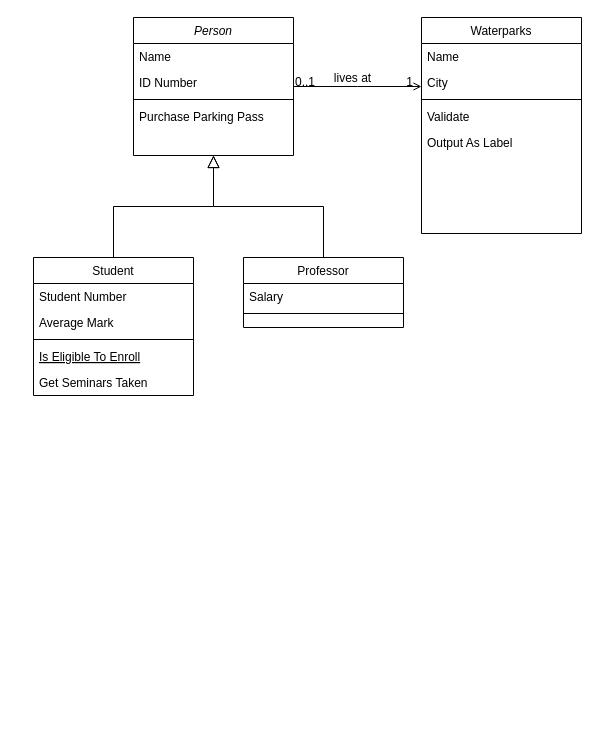
The draw.io diagram Unbenanntes Diagramm.drawio in Barry319/UML, before the edit. Source tidied: cells renumbered, new cells numbered last; positions are measured from the earlier drawing's top-left corner, leaving out a move shared by most shapes. Both pictures are drawn from the tidied source at 100%, with x=0, y=0 at pixel (33, 17).
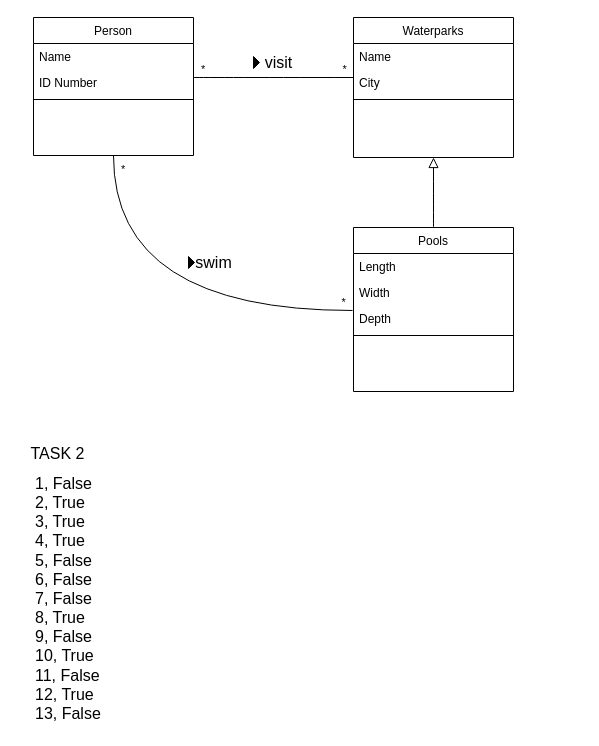
The same page after the edit.

The edit, as a diff of the source:
```diff
@@
-    <mxCell id="2" value="Person" style="swimlane;fontStyle=2;align=center;verticalAlign=top;horizontal=1;startSize=26;rounded=0;shadow=0;strokeWidth=1;" parent="1" vertex="1">
-      <mxGeometry x="100" width="160" height="138" as="geometry" />
+    <mxCell id="2" value="Person" style="swimlane;fontStyle=0;align=center;verticalAlign=top;horizontal=1;startSize=26;rounded=0;shadow=0;strokeWidth=1;" parent="1" vertex="1">
+      <mxGeometry width="160" height="138" as="geometry" />
     </mxCell>
@@
-    <mxCell id="6" value="Purchase Parking Pass" style="text;align=left;verticalAlign=top;spacingLeft=4;spacingRight=4;overflow=hidden;" parent="2" vertex="1">
-      <mxGeometry y="86" width="160" height="26" as="geometry" />
-    </mxCell>
-    <mxCell id="7" value="Student" style="swimlane;fontStyle=0;align=center;verticalAlign=top;horizontal=1;startSize=26;rounded=0;shadow=0;strokeWidth=1;" parent="1" vertex="1">
-      <mxGeometry y="240" width="160" height="138" as="geometry" />
+    <mxCell id="7" value="Pools" style="swimlane;fontStyle=0;align=center;verticalAlign=top;horizontal=1;startSize=26;rounded=0;shadow=0;strokeWidth=1;" parent="1" vertex="1">
+      <mxGeometry x="320" y="210" width="160" height="164" as="geometry" />
     </mxCell>
-    <mxCell id="8" value="Student Number" style="text;align=left;verticalAlign=top;spacingLeft=4;spacingRight=4;overflow=hidden;" parent="7" vertex="1">
+    <mxCell id="8" value="Length" style="text;align=left;verticalAlign=top;spacingLeft=4;spacingRight=4;overflow=hidden;" parent="7" vertex="1">
       <mxGeometry y="26" width="160" height="26" as="geometry" />
     </mxCell>
-    <mxCell id="9" value="Average Mark" style="text;align=left;verticalAlign=top;spacingLeft=4;spacingRight=4;overflow=hidden;rounded=0;shadow=0;html=0;" parent="7" vertex="1">
+    <mxCell id="9" value="Width" style="text;align=left;verticalAlign=top;spacingLeft=4;spacingRight=4;overflow=hidden;rounded=0;shadow=0;html=0;" parent="7" vertex="1">
       <mxGeometry y="52" width="160" height="26" as="geometry" />
     </mxCell>
+    <mxCell id="28" value="Depth" style="text;align=left;verticalAlign=top;spacingLeft=4;spacingRight=4;overflow=hidden;points=[[0,0.5],[1,0.5]];portConstraint=eastwest;rounded=0;shadow=0;html=0;" parent="7" vertex="1">
+      <mxGeometry y="78" width="160" height="26" as="geometry" />
+    </mxCell>
     <mxCell id="10" style="line;html=1;strokeWidth=1;align=left;verticalAlign=middle;spacingTop=-1;spacingLeft=3;spacingRight=3;labelPosition=right;" parent="7" vertex="1">
-      <mxGeometry y="78" width="160" height="8" as="geometry" />
+      <mxGeometry y="104" width="160" height="8" as="geometry" />
     </mxCell>
-    <mxCell id="11" value="Is Eligible To Enroll" style="text;align=left;verticalAlign=top;spacingLeft=4;spacingRight=4;overflow=hidden;fontStyle=4;" parent="7" vertex="1">
-      <mxGeometry y="86" width="160" height="26" as="geometry" />
-    </mxCell>
-    <mxCell id="12" value="Get Seminars Taken" style="text;align=left;verticalAlign=top;spacingLeft=4;spacingRight=4;overflow=hidden;" parent="7" vertex="1">
-      <mxGeometry y="112" width="160" height="26" as="geometry" />
-    </mxCell>
-    <mxCell id="13" style="endArrow=block;endSize=10;endFill=0;shadow=0;strokeWidth=1;rounded=0;curved=0;edgeStyle=elbowEdgeStyle;elbow=vertical;" parent="1" edge="1" source="7" target="2">
-      <mxGeometry relative="1" as="geometry" />
-    </mxCell>
-    <mxCell id="14" value="Professor" style="swimlane;fontStyle=0;align=center;verticalAlign=top;horizontal=1;startSize=26;rounded=0;shadow=0;strokeWidth=1;" parent="1" vertex="1">
-      <mxGeometry x="210" y="240" width="160" height="70" as="geometry" />
-    </mxCell>
-    <mxCell id="15" value="Salary" style="text;align=left;verticalAlign=top;spacingLeft=4;spacingRight=4;overflow=hidden;" parent="14" vertex="1">
-      <mxGeometry y="26" width="160" height="26" as="geometry" />
-    </mxCell>
-    <mxCell id="16" style="line;html=1;strokeWidth=1;align=left;verticalAlign=middle;spacingTop=-1;spacingLeft=3;spacingRight=3;labelPosition=right;" parent="14" vertex="1">
-      <mxGeometry y="52" width="160" height="8" as="geometry" />
-    </mxCell>
-    <mxCell id="17" style="endArrow=block;endSize=10;endFill=0;shadow=0;strokeWidth=1;rounded=0;curved=0;edgeStyle=elbowEdgeStyle;elbow=vertical;" parent="1" edge="1" source="14" target="2">
-      <mxGeometry relative="1" as="geometry" />
-    </mxCell>
     <mxCell id="18" value="Waterparks" style="swimlane;fontStyle=0;align=center;verticalAlign=top;horizontal=1;startSize=26;rounded=0;shadow=0;strokeWidth=1;" parent="1" vertex="1">
-      <mxGeometry x="388" width="160" height="216" as="geometry" />
+      <mxGeometry x="320" width="160" height="140" as="geometry" />
     </mxCell>
@@
-    <mxCell id="22" value="Validate" style="text;align=left;verticalAlign=top;spacingLeft=4;spacingRight=4;overflow=hidden;" parent="18" vertex="1">
-      <mxGeometry y="86" width="160" height="26" as="geometry" />
-    </mxCell>
-    <mxCell id="23" value="Output As Label" style="text;align=left;verticalAlign=top;spacingLeft=4;spacingRight=4;overflow=hidden;" parent="18" vertex="1">
-      <mxGeometry y="112" width="160" height="26" as="geometry" />
-    </mxCell>
-    <mxCell id="24" style="endArrow=open;shadow=0;strokeWidth=1;rounded=0;curved=0;endFill=1;edgeStyle=elbowEdgeStyle;elbow=vertical;" parent="1" edge="1" source="2" target="18">
-      <mxGeometry x="0.5" y="41" relative="1" as="geometry">
-        <mxPoint x="-40" y="32" as="offset" />
-      </mxGeometry>
-    </mxCell>
-    <mxCell id="25" value="0..1" style="align=left;verticalAlign=bottom;labelBackgroundColor=none;fontSize=12;" parent="24" vertex="1">
-      <mxGeometry x="-1" relative="1" as="geometry">
-        <mxPoint y="4" as="offset" />
-      </mxGeometry>
-    </mxCell>
-    <mxCell id="26" value="1" style="align=right;verticalAlign=bottom;labelBackgroundColor=none;fontSize=12;" parent="24" vertex="1">
-      <mxGeometry x="1" relative="1" as="geometry">
-        <mxPoint x="-7" y="4" as="offset" />
-      </mxGeometry>
-    </mxCell>
-    <mxCell id="27" value="lives at" style="text;html=1;align=center;verticalAlign=middle;labelBackgroundColor=none;rounded=0;shadow=0;strokeWidth=1;fontSize=12;" parent="24" vertex="1">
-      <mxGeometry x="0.5" y="49" relative="1" as="geometry">
-        <mxPoint x="-38" y="40" as="offset" />
-      </mxGeometry>
-    </mxCell>
+    <mxCell id="29" style="endArrow=none;html=1;edgeStyle=orthogonalEdgeStyle;rounded=0;fontSize=12;startSize=8;endSize=8;curved=1;" parent="1" edge="1">
+      <mxGeometry relative="1" as="geometry">
+        <mxPoint x="160" y="60" as="sourcePoint" />
+        <mxPoint x="320" y="60" as="targetPoint" />
+      </mxGeometry>
+    </mxCell>
+    <mxCell id="30" value="&amp;nbsp; *" style="edgeLabel;html=1;align=left;verticalAlign=bottom;" parent="29" vertex="1">
+      <mxGeometry x="-1" relative="1" as="geometry" />
+    </mxCell>
+    <mxCell id="31" value="*&amp;nbsp;&amp;nbsp;" style="edgeLabel;html=1;align=right;verticalAlign=bottom;" parent="29" vertex="1">
+      <mxGeometry x="1" relative="1" as="geometry" />
+    </mxCell>
+    <mxCell id="32" style="triangle;fillColor=strokeColor;" parent="1" vertex="1">
+      <mxGeometry x="220" y="39" width="6" height="12" as="geometry" />
+    </mxCell>
+    <mxCell id="33" value="visit" style="text;html=1;align=center;verticalAlign=middle;strokeColor=none;fillColor=none;fontSize=16;" parent="1" vertex="1">
+      <mxGeometry x="220" y="30" width="50" height="30" as="geometry" />
+    </mxCell>
+    <mxCell id="34" style="endArrow=block;html=1;rounded=0;align=center;verticalAlign=bottom;endFill=0;labelBackgroundColor=none;endSize=8;fontSize=12;curved=1;entryX=0.5;entryY=1;entryDx=0;entryDy=0;exitX=0.5;exitY=0;exitDx=0;exitDy=0;" parent="1" edge="1" source="7" target="18">
+      <mxGeometry relative="1" as="geometry" />
+    </mxCell>
+    <mxCell id="35" style="endArrow=none;html=1;edgeStyle=orthogonalEdgeStyle;rounded=0;fontSize=12;startSize=8;endSize=8;curved=1;entryX=-0.006;entryY=0.192;entryDx=0;entryDy=0;entryPerimeter=0;exitX=0.5;exitY=1;exitDx=0;exitDy=0;" parent="1" edge="1" source="2" target="28">
+      <mxGeometry relative="1" as="geometry" />
+    </mxCell>
+    <mxCell id="36" value="&amp;nbsp; *" style="edgeLabel;html=1;align=left;verticalAlign=bottom;" parent="35" vertex="1">
+      <mxGeometry x="-1" relative="1" as="geometry">
+        <mxPoint y="22" as="offset" />
+      </mxGeometry>
+    </mxCell>
+    <mxCell id="37" value="*&amp;nbsp;&amp;nbsp;" style="edgeLabel;html=1;align=right;verticalAlign=bottom;" parent="35" vertex="1">
+      <mxGeometry x="1" relative="1" as="geometry" />
+    </mxCell>
+    <mxCell id="38" style="triangle;fillColor=strokeColor;" parent="1" vertex="1">
+      <mxGeometry x="155" y="239" width="6" height="12" as="geometry" />
+    </mxCell>
+    <mxCell id="39" value="swim" style="text;html=1;align=center;verticalAlign=middle;strokeColor=none;fillColor=none;fontSize=16;" parent="1" vertex="1">
+      <mxGeometry x="150" y="230" width="60" height="30" as="geometry" />
+    </mxCell>
+    <mxCell id="40" value="TASK 2" style="text;html=1;align=center;verticalAlign=middle;strokeColor=none;fillColor=none;fontSize=16;" parent="1" vertex="1">
+      <mxGeometry x="-16" y="421" width="80" height="30" as="geometry" />
+    </mxCell>
+    <mxCell id="41" value="1, False&lt;div&gt;2, True&lt;/div&gt;&lt;div&gt;3, True&lt;/div&gt;&lt;div&gt;4, True&lt;/div&gt;&lt;div&gt;5, False&lt;/div&gt;&lt;div&gt;6, False&lt;/div&gt;&lt;div&gt;7, False&lt;/div&gt;&lt;div&gt;8, True&lt;/div&gt;&lt;div&gt;9, False&lt;/div&gt;&lt;div&gt;10, True&lt;/div&gt;&lt;div&gt;11, False&lt;/div&gt;&lt;div&gt;12, True&lt;/div&gt;&lt;div&gt;13, False&lt;/div&gt;" style="text;html=1;align=left;verticalAlign=middle;strokeColor=none;fillColor=none;fontSize=16;" parent="1" vertex="1">
+      <mxGeometry y="451" width="90" height="260" as="geometry" />
+    </mxCell>
```
